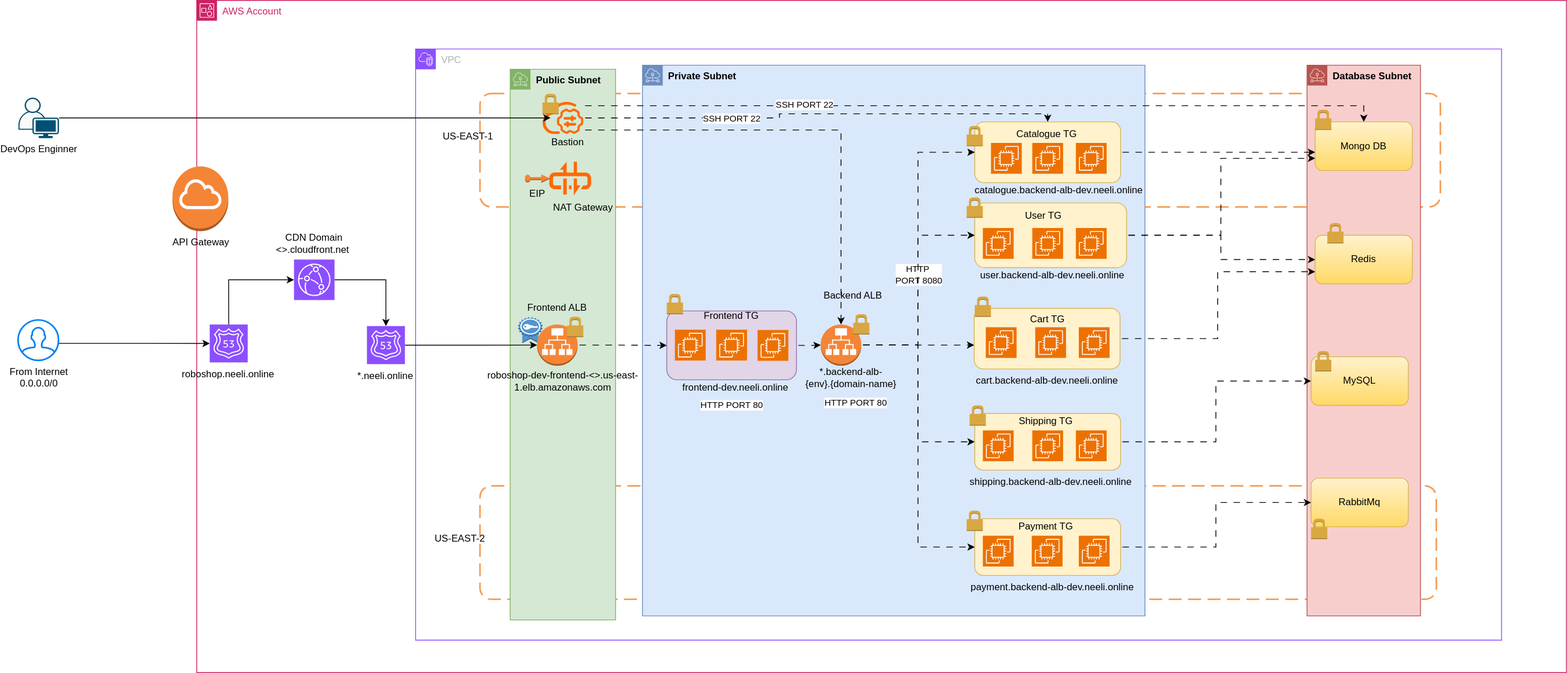
maheshbabu22neeli/terraform-application-roboshop-dev keeps this draw.io diagram as images/roboshop-dev.drawio.svg. Above is the earlier version. Source tidied: cells renumbered, new cells last; positions are measured from the earlier drawing's top-left corner, leaving out a move shared by most shapes.
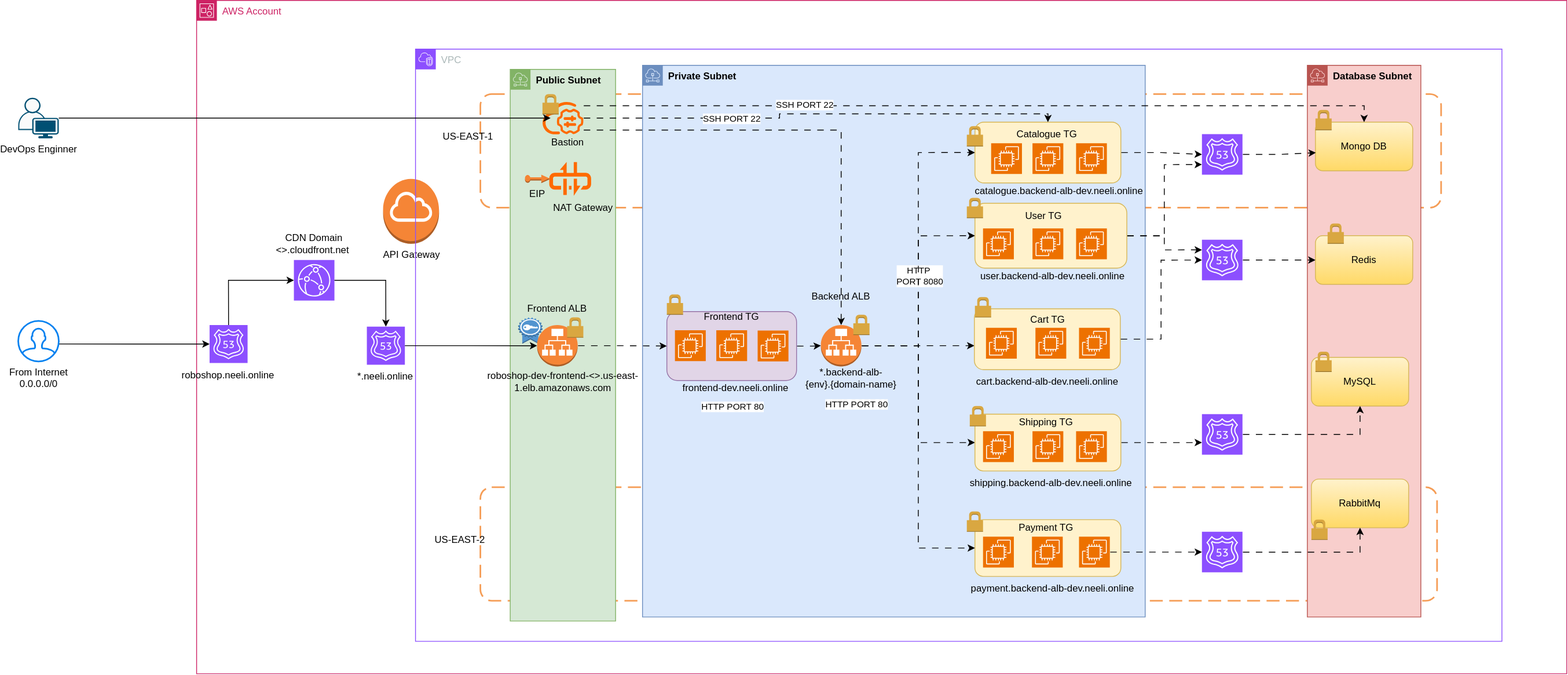
The same file after the commit.

The edit, as a diff of the source:
```diff
@@ -6,7 +6,7 @@
       <mxGeometry x="220" width="1690" height="830" as="geometry" />
     </mxCell>
     <mxCell id="3" value="API Gateway" style="dashed=0;verticalLabelPosition=bottom;verticalAlign=top;align=center;html=1;shape=mxgraph.aws3.internet_gateway;fillColor=#F58536;gradientColor=none;" parent="2" vertex="1">
-      <mxGeometry x="-30" y="205" width="69" height="80" as="geometry" />
+      <mxGeometry x="230" y="220" width="69" height="80" as="geometry" />
     </mxCell>
     <mxCell id="4" style="sketch=0;points=[[0,0,0],[0.25,0,0],[0.5,0,0],[0.75,0,0],[1,0,0],[0,1,0],[0.25,1,0],[0.5,1,0],[0.75,1,0],[1,1,0],[0,0.25,0],[0,0.5,0],[0,0.75,0],[1,0.25,0],[1,0.5,0],[1,0.75,0]];outlineConnect=0;fontColor=#232F3E;fillColor=#8C4FFF;strokeColor=#ffffff;dashed=0;verticalLabelPosition=bottom;verticalAlign=top;align=center;html=1;fontSize=12;fontStyle=0;shape=mxgraph.aws4.resourceIcon;resIcon=mxgraph.aws4.cloudfront;" parent="2" vertex="1">
       <mxGeometry x="120" y="320" width="50" height="50" as="geometry" />
@@ -65,35 +65,28 @@
     <mxCell id="22" value="RabbitMq" style="rounded=1;whiteSpace=wrap;html=1;fillColor=#fff2cc;gradientColor=#ffd966;strokeColor=#d6b656;" parent="1" vertex="1">
       <mxGeometry x="1595" y="590" width="120" height="60" as="geometry" />
     </mxCell>
-    <mxCell id="23" style="edgeStyle=orthogonalEdgeStyle;rounded=0;jettySize=auto;html=1;flowAnimation=1;" parent="1" edge="1" source="24" target="19">
-      <mxGeometry relative="1" as="geometry">
-        <Array as="points">
-          <mxPoint x="1360" y="180" />
-          <mxPoint x="1360" y="180" />
-        </Array>
-      </mxGeometry>
-    </mxCell>
     <mxCell id="24" style="rounded=1;whiteSpace=wrap;html=1;fillColor=#fff2cc;strokeColor=#d6b656;" parent="1" vertex="1">
       <mxGeometry x="1180" y="150" width="180" height="75" as="geometry" />
     </mxCell>
-    <mxCell id="25" style="edgeStyle=orthogonalEdgeStyle;rounded=0;jettySize=auto;html=1;flowAnimation=1;" parent="1" edge="1" source="27" target="20">
+    <mxCell id="25" style="edgeStyle=orthogonalEdgeStyle;rounded=0;jettySize=auto;html=1;flowAnimation=1;entryX=0;entryY=0.25;entryDx=0;entryDy=0;entryPerimeter=0;" parent="1" edge="1" source="27" target="117">
       <mxGeometry relative="1" as="geometry" />
     </mxCell>
-    <mxCell id="26" style="edgeStyle=orthogonalEdgeStyle;rounded=0;jettySize=auto;html=1;entryX=0;entryY=0.75;entryDx=0;entryDy=0;flowAnimation=1;" parent="1" edge="1" source="27" target="19">
+    <mxCell id="26" style="edgeStyle=orthogonalEdgeStyle;rounded=0;jettySize=auto;html=1;entryX=0.004;entryY=0.629;entryDx=0;entryDy=0;flowAnimation=1;entryPerimeter=0;" parent="1" edge="1" source="120" target="19">
       <mxGeometry relative="1" as="geometry" />
     </mxCell>
     <mxCell id="27" style="rounded=1;whiteSpace=wrap;html=1;fillColor=#fff2cc;strokeColor=#d6b656;" parent="1" vertex="1">
       <mxGeometry x="1180" y="250" width="187.4" height="80" as="geometry" />
     </mxCell>
-    <mxCell id="28" style="edgeStyle=orthogonalEdgeStyle;rounded=0;jettySize=auto;html=1;entryX=0;entryY=0.75;entryDx=0;entryDy=0;flowAnimation=1;" parent="1" edge="1" source="69" target="20">
+    <mxCell id="28" style="edgeStyle=orthogonalEdgeStyle;rounded=0;jettySize=auto;html=1;flowAnimation=1;entryX=0;entryY=0.5;entryDx=0;entryDy=0;" parent="1" edge="1" source="117" target="20">
       <mxGeometry relative="1" as="geometry" />
     </mxCell>
-    <mxCell id="29" style="edgeStyle=orthogonalEdgeStyle;rounded=0;jettySize=auto;html=1;entryX=0;entryY=0.5;entryDx=0;entryDy=0;flowAnimation=1;" parent="1" edge="1" source="70" target="21">
-      <mxGeometry relative="1" as="geometry" />
+    <mxCell id="29" style="edgeStyle=orthogonalEdgeStyle;rounded=0;jettySize=auto;html=1;flowAnimation=1;" parent="1" edge="1" source="70" target="115">
+      <mxGeometry relative="1" as="geometry">
+        <Array as="points">
+          <mxPoint x="1475" y="545" />
+        </Array>
+      </mxGeometry>
     </mxCell>
-    <mxCell id="30" style="edgeStyle=orthogonalEdgeStyle;rounded=0;jettySize=auto;html=1;entryX=0;entryY=0.5;entryDx=0;entryDy=0;flowAnimation=1;" parent="1" edge="1" source="31" target="22">
-      <mxGeometry relative="1" as="geometry" />
-    </mxCell>
     <mxCell id="31" style="rounded=1;whiteSpace=wrap;html=1;fillColor=#fff2cc;strokeColor=#d6b656;" parent="1" vertex="1">
       <mxGeometry x="1180" y="640" width="180" height="70" as="geometry" />
     </mxCell>
@@ -183,7 +176,7 @@
       <mxGeometry x="595" y="365" width="140" height="30" as="geometry" />
     </mxCell>
     <mxCell id="51" value="Backend ALB" style="text;html=1;whiteSpace=wrap;strokeColor=none;fillColor=none;align=center;verticalAlign=middle;rounded=0;" parent="1" vertex="1">
-      <mxGeometry x="990" y="350" width="80" height="30" as="geometry" />
+      <mxGeometry x="975" y="350.1" width="80" height="30" as="geometry" />
     </mxCell>
     <mxCell id="52" style="dashed=0;html=1;shape=mxgraph.aws3.permissions;fillColor=#D9A741;gradientColor=none;dashed=0;" parent="1" vertex="1">
       <mxGeometry x="800" y="362.5" width="20" height="25" as="geometry" />
@@ -368,5 +361,39 @@
     <mxCell id="110" value="US-EAST-2" style="text;html=1;whiteSpace=wrap;strokeColor=none;fillColor=none;align=center;verticalAlign=middle;rounded=0;" parent="1" vertex="1">
       <mxGeometry x="510" y="650" width="70" height="30" as="geometry" />
     </mxCell>
+    <mxCell id="111" style="edgeStyle=orthogonalEdgeStyle;rounded=0;jettySize=auto;html=1;entryX=0.5;entryY=1;entryDx=0;entryDy=0;flowAnimation=1;" parent="1" edge="1" source="112" target="22">
+      <mxGeometry relative="1" as="geometry">
+        <Array as="points">
+          <mxPoint x="1655" y="680" />
+        </Array>
+      </mxGeometry>
+    </mxCell>
+    <mxCell id="112" style="sketch=0;points=[[0,0,0],[0.25,0,0],[0.5,0,0],[0.75,0,0],[1,0,0],[0,1,0],[0.25,1,0],[0.5,1,0],[0.75,1,0],[1,1,0],[0,0.25,0],[0,0.5,0],[0,0.75,0],[1,0.25,0],[1,0.5,0],[1,0.75,0]];outlineConnect=0;fontColor=#232F3E;fillColor=#8C4FFF;strokeColor=#ffffff;dashed=0;verticalLabelPosition=bottom;verticalAlign=top;align=center;html=1;fontSize=12;fontStyle=0;shape=mxgraph.aws4.resourceIcon;resIcon=mxgraph.aws4.route_53;" parent="1" vertex="1">
+      <mxGeometry x="1460" y="655" width="50" height="50" as="geometry" />
+    </mxCell>
+    <mxCell id="113" style="edgeStyle=orthogonalEdgeStyle;rounded=0;jettySize=auto;html=1;entryX=0;entryY=0.5;entryDx=0;entryDy=0;entryPerimeter=0;flowAnimation=1;" parent="1" edge="1" source="99" target="112">
+      <mxGeometry relative="1" as="geometry" />
+    </mxCell>
+    <mxCell id="114" style="edgeStyle=orthogonalEdgeStyle;rounded=0;jettySize=auto;html=1;flowAnimation=1;" parent="1" edge="1" source="115" target="21">
+      <mxGeometry relative="1" as="geometry" />
+    </mxCell>
+    <mxCell id="115" style="sketch=0;points=[[0,0,0],[0.25,0,0],[0.5,0,0],[0.75,0,0],[1,0,0],[0,1,0],[0.25,1,0],[0.5,1,0],[0.75,1,0],[1,1,0],[0,0.25,0],[0,0.5,0],[0,0.75,0],[1,0.25,0],[1,0.5,0],[1,0.75,0]];outlineConnect=0;fontColor=#232F3E;fillColor=#8C4FFF;strokeColor=#ffffff;dashed=0;verticalLabelPosition=bottom;verticalAlign=top;align=center;html=1;fontSize=12;fontStyle=0;shape=mxgraph.aws4.resourceIcon;resIcon=mxgraph.aws4.route_53;" parent="1" vertex="1">
+      <mxGeometry x="1460" y="510" width="50" height="50" as="geometry" />
+    </mxCell>
+    <mxCell id="116" style="edgeStyle=orthogonalEdgeStyle;rounded=0;jettySize=auto;html=1;entryX=0;entryY=0.5;entryDx=0;entryDy=0;flowAnimation=1;entryPerimeter=0;" parent="1" edge="1" source="69" target="117">
+      <mxGeometry relative="1" as="geometry" />
+    </mxCell>
+    <mxCell id="117" style="sketch=0;points=[[0,0,0],[0.25,0,0],[0.5,0,0],[0.75,0,0],[1,0,0],[0,1,0],[0.25,1,0],[0.5,1,0],[0.75,1,0],[1,1,0],[0,0.25,0],[0,0.5,0],[0,0.75,0],[1,0.25,0],[1,0.5,0],[1,0.75,0]];outlineConnect=0;fontColor=#232F3E;fillColor=#8C4FFF;strokeColor=#ffffff;dashed=0;verticalLabelPosition=bottom;verticalAlign=top;align=center;html=1;fontSize=12;fontStyle=0;shape=mxgraph.aws4.resourceIcon;resIcon=mxgraph.aws4.route_53;" parent="1" vertex="1">
+      <mxGeometry x="1460" y="295" width="50" height="50" as="geometry" />
+    </mxCell>
+    <mxCell id="118" style="edgeStyle=orthogonalEdgeStyle;rounded=0;jettySize=auto;html=1;flowAnimation=1;" parent="1" edge="1" source="24" target="120">
+      <mxGeometry relative="1" as="geometry" />
+    </mxCell>
+    <mxCell id="119" style="edgeStyle=orthogonalEdgeStyle;rounded=0;jettySize=auto;html=1;entryX=0;entryY=0.75;entryDx=0;entryDy=0;flowAnimation=1;" parent="1" edge="1" source="27" target="120">
+      <mxGeometry relative="1" as="geometry" />
+    </mxCell>
+    <mxCell id="120" style="sketch=0;points=[[0,0,0],[0.25,0,0],[0.5,0,0],[0.75,0,0],[1,0,0],[0,1,0],[0.25,1,0],[0.5,1,0],[0.75,1,0],[1,1,0],[0,0.25,0],[0,0.5,0],[0,0.75,0],[1,0.25,0],[1,0.5,0],[1,0.75,0]];outlineConnect=0;fontColor=#232F3E;fillColor=#8C4FFF;strokeColor=#ffffff;dashed=0;verticalLabelPosition=bottom;verticalAlign=top;align=center;html=1;fontSize=12;fontStyle=0;shape=mxgraph.aws4.resourceIcon;resIcon=mxgraph.aws4.route_53;" parent="1" vertex="1">
+      <mxGeometry x="1460" y="164.8" width="50" height="50" as="geometry" />
+    </mxCell>
   </root>
 </mxGraphModel>
```
